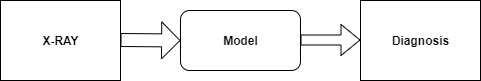
sriramRavanam/COVID19-detection-using-Xrays keeps this draw.io diagram as result_images/testing.png. Above is the earlier version. Source tidied: cells renumbered, new cells last; positions are measured from the earlier drawing's top-left corner, leaving out a move shared by most shapes. The source it was exported from:
```xml
<mxGraphModel>
  <root>
    <mxCell id="0" />
    <mxCell id="1" parent="0" />
    <mxCell id="2" style="rounded=0;whiteSpace=wrap;html=1;" parent="1" vertex="1">
      <mxGeometry width="120" height="80" as="geometry" />
    </mxCell>
    <mxCell id="3" value="&lt;b&gt;X-RAY&lt;/b&gt;" style="text;html=1;align=center;verticalAlign=middle;fillColor=none;strokeColor=none;rounded=0;" parent="1" vertex="1">
      <mxGeometry x="35" y="30" width="50" height="20" as="geometry" />
    </mxCell>
    <mxCell id="4" style="rounded=1;whiteSpace=wrap;html=1;" parent="1" vertex="1">
      <mxGeometry x="180" y="10" width="120" height="60" as="geometry" />
    </mxCell>
    <mxCell id="5" value="&lt;b&gt;Model&lt;/b&gt;" style="text;html=1;align=center;verticalAlign=middle;fillColor=none;strokeColor=none;rounded=0;" parent="1" vertex="1">
      <mxGeometry x="215" y="30" width="50" height="20" as="geometry" />
    </mxCell>
    <mxCell id="6" style="shape=flexArrow;endArrow=classic;html=1;endWidth=23;endSize=5.8;width=13;entryX=0;entryY=0.5;entryDx=0;entryDy=0;" parent="1" edge="1" target="4">
      <mxGeometry relative="1" as="geometry">
        <mxPoint x="120" y="39.5" as="sourcePoint" />
      </mxGeometry>
    </mxCell>
    <mxCell id="7" style="shape=flexArrow;endArrow=classic;html=1;" parent="1" edge="1">
      <mxGeometry relative="1" as="geometry">
        <mxPoint x="300" y="39.5" as="sourcePoint" />
        <mxPoint x="360" y="39.5" as="targetPoint" />
      </mxGeometry>
    </mxCell>
    <mxCell id="8" style="rounded=0;whiteSpace=wrap;html=1;" parent="1" vertex="1">
      <mxGeometry x="360" width="120" height="80" as="geometry" />
    </mxCell>
    <mxCell id="9" value="&lt;b&gt;Diagnosis&lt;/b&gt;" style="text;html=1;align=center;verticalAlign=middle;fillColor=none;strokeColor=none;rounded=0;" parent="1" vertex="1">
      <mxGeometry x="385" y="30" width="70" height="20" as="geometry" />
    </mxCell>
  </root>
</mxGraphModel>
```
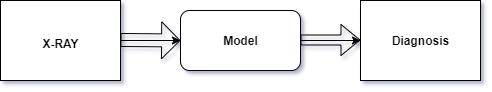
Later version of the same file.

Diff of the diagram source:
```diff
@@ -1,4 +1,4 @@
-<mxGraphModel>
+<mxGraphModel background="#ffffff" shadow="1">
   <root>
     <mxCell id="0" />
     <mxCell id="1" parent="0" />
@@ -6,7 +6,7 @@
       <mxGeometry width="120" height="80" as="geometry" />
     </mxCell>
     <mxCell id="3" value="&lt;b&gt;X-RAY&lt;/b&gt;" style="text;html=1;align=center;verticalAlign=middle;fillColor=none;strokeColor=none;rounded=0;" parent="1" vertex="1">
-      <mxGeometry x="35" y="30" width="50" height="20" as="geometry" />
+      <mxGeometry x="35" y="33" width="50" height="20" as="geometry" />
     </mxCell>
     <mxCell id="4" style="rounded=1;whiteSpace=wrap;html=1;" parent="1" vertex="1">
       <mxGeometry x="180" y="10" width="120" height="60" as="geometry" />
@@ -31,5 +31,15 @@
     <mxCell id="9" value="&lt;b&gt;Diagnosis&lt;/b&gt;" style="text;html=1;align=center;verticalAlign=middle;fillColor=none;strokeColor=none;rounded=0;" parent="1" vertex="1">
       <mxGeometry x="385" y="30" width="70" height="20" as="geometry" />
     </mxCell>
+    <mxCell id="10" style="endArrow=classic;html=1;entryX=0;entryY=0.5;entryDx=0;entryDy=0;" parent="1" edge="1" target="4">
+      <mxGeometry relative="1" as="geometry">
+        <mxPoint x="120" y="40" as="sourcePoint" />
+      </mxGeometry>
+    </mxCell>
+    <mxCell id="11" style="endArrow=classic;html=1;entryX=0;entryY=0.5;entryDx=0;entryDy=0;" parent="1" edge="1" target="8">
+      <mxGeometry relative="1" as="geometry">
+        <mxPoint x="300" y="40" as="sourcePoint" />
+      </mxGeometry>
+    </mxCell>
   </root>
 </mxGraphModel>
```
